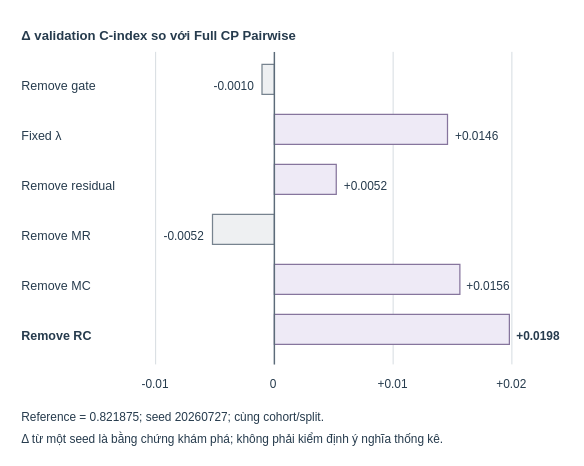
This is figures_source/ablation-deltas.drawio from moimoi05/kltn, a draw.io file, before an edit. Source tidied: cells renumbered, new cells numbered last; positions are measured from the earlier drawing's top-left corner, leaving out a move shared by most shapes. Both pictures are drawn from the tidied source at 125%, with x=0, y=0 at pixel (21, 21).
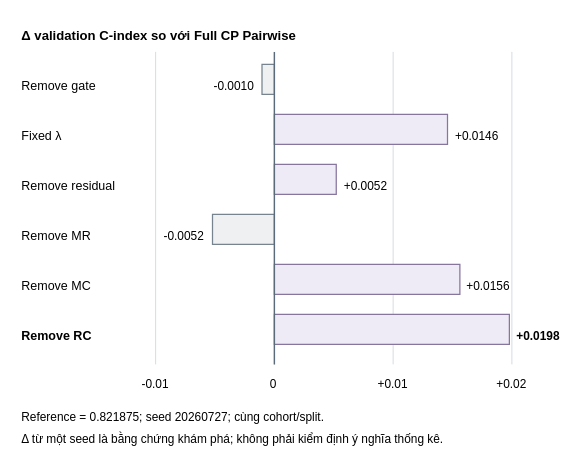
Above is the later version.

Change to the diagram source:
```diff
@@
-    <mxCell id="2" value="Δ validation C-index so với Full CP Pairwise" style="html=1;fontFamily=Arial;fontColor=#263B4D;whiteSpace=wrap;text;strokeColor=none;fillColor=none;fontSize=10.5;fontStyle=1;align=left;verticalAlign=top;spacing=0;" parent="1" vertex="1">
+    <mxCell id="2" value="Δ validation C-index so với Full CP Pairwise" style="html=1;fontFamily=Arial;fontColor=#000000;whiteSpace=wrap;text;strokeColor=none;fillColor=none;fontSize=10.5;fontStyle=1;align=left;verticalAlign=top;spacing=0;" parent="1" vertex="1">
       <mxGeometry width="221.8" height="13" as="geometry" />
     </mxCell>
-    <mxCell id="3" style="html=1;fontFamily=Arial;fontColor=#263B4D;whiteSpace=wrap;edgeStyle=none;rounded=0;endArrow=none;endFill=1;endSize=5;startArrow=none;startFill=1;startSize=5;strokeColor=#D0D7DD;strokeWidth=0.7;" parent="1" edge="1">
+    <mxCell id="3" style="html=1;fontFamily=Arial;fontColor=#000000;whiteSpace=wrap;edgeStyle=none;rounded=0;endArrow=none;endFill=1;endSize=5;startArrow=none;startFill=1;startSize=5;strokeColor=#D0D7DD;strokeWidth=0.7;" parent="1" edge="1">
       <mxGeometry relative="1" as="geometry">
         <mxPoint x="107" y="24" as="sourcePoint" />
         <mxPoint x="107" y="274" as="targetPoint" />
       </mxGeometry>
     </mxCell>
-    <mxCell id="4" value="-0.01" style="html=1;fontFamily=Arial;fontColor=#263B4D;whiteSpace=wrap;text;strokeColor=none;fillColor=none;fontSize=9.5;fontStyle=0;align=center;verticalAlign=top;spacing=0;" parent="1" vertex="1">
+    <mxCell id="4" value="-0.01" style="html=1;fontFamily=Arial;fontColor=#000000;whiteSpace=wrap;text;strokeColor=none;fillColor=none;fontSize=9.5;fontStyle=0;align=center;verticalAlign=top;spacing=0;" parent="1" vertex="1">
       <mxGeometry x="95.2" y="279" width="23.7" height="11.8" as="geometry" />
     </mxCell>
-    <mxCell id="5" style="html=1;fontFamily=Arial;fontColor=#263B4D;whiteSpace=wrap;edgeStyle=none;rounded=0;endArrow=none;endFill=1;endSize=5;startArrow=none;startFill=1;startSize=5;strokeColor=#D0D7DD;strokeWidth=0.7;" parent="1" edge="1">
+    <mxCell id="5" style="html=1;fontFamily=Arial;fontColor=#000000;whiteSpace=wrap;edgeStyle=none;rounded=0;endArrow=none;endFill=1;endSize=5;startArrow=none;startFill=1;startSize=5;strokeColor=#D0D7DD;strokeWidth=0.7;" parent="1" edge="1">
       <mxGeometry relative="1" as="geometry">
         <mxPoint x="202" y="24" as="sourcePoint" />
         <mxPoint x="202" y="274" as="targetPoint" />
       </mxGeometry>
     </mxCell>
-    <mxCell id="6" value="0" style="html=1;fontFamily=Arial;fontColor=#263B4D;whiteSpace=wrap;text;strokeColor=none;fillColor=none;fontSize=9.5;fontStyle=0;align=center;verticalAlign=top;spacing=0;" parent="1" vertex="1">
+    <mxCell id="6" value="0" style="html=1;fontFamily=Arial;fontColor=#000000;whiteSpace=wrap;text;strokeColor=none;fillColor=none;fontSize=9.5;fontStyle=0;align=center;verticalAlign=top;spacing=0;" parent="1" vertex="1">
       <mxGeometry x="198.4" y="279" width="7.3" height="11.8" as="geometry" />
     </mxCell>
-    <mxCell id="7" style="html=1;fontFamily=Arial;fontColor=#263B4D;whiteSpace=wrap;edgeStyle=none;rounded=0;endArrow=none;endFill=1;endSize=5;startArrow=none;startFill=1;startSize=5;strokeColor=#D0D7DD;strokeWidth=0.7;" parent="1" edge="1">
+    <mxCell id="7" style="html=1;fontFamily=Arial;fontColor=#000000;whiteSpace=wrap;edgeStyle=none;rounded=0;endArrow=none;endFill=1;endSize=5;startArrow=none;startFill=1;startSize=5;strokeColor=#D0D7DD;strokeWidth=0.7;" parent="1" edge="1">
       <mxGeometry relative="1" as="geometry">
         <mxPoint x="297" y="24" as="sourcePoint" />
         <mxPoint x="297" y="274" as="targetPoint" />
       </mxGeometry>
     </mxCell>
-    <mxCell id="8" value="+0.01" style="html=1;fontFamily=Arial;fontColor=#263B4D;whiteSpace=wrap;text;strokeColor=none;fillColor=none;fontSize=9.5;fontStyle=0;align=center;verticalAlign=top;spacing=0;" parent="1" vertex="1">
+    <mxCell id="8" value="+0.01" style="html=1;fontFamily=Arial;fontColor=#000000;whiteSpace=wrap;text;strokeColor=none;fillColor=none;fontSize=9.5;fontStyle=0;align=center;verticalAlign=top;spacing=0;" parent="1" vertex="1">
       <mxGeometry x="284" y="279" width="26" height="11.8" as="geometry" />
     </mxCell>
-    <mxCell id="9" style="html=1;fontFamily=Arial;fontColor=#263B4D;whiteSpace=wrap;edgeStyle=none;rounded=0;endArrow=none;endFill=1;endSize=5;startArrow=none;startFill=1;startSize=5;strokeColor=#D0D7DD;strokeWidth=0.7;" parent="1" edge="1">
+    <mxCell id="9" style="html=1;fontFamily=Arial;fontColor=#000000;whiteSpace=wrap;edgeStyle=none;rounded=0;endArrow=none;endFill=1;endSize=5;startArrow=none;startFill=1;startSize=5;strokeColor=#D0D7DD;strokeWidth=0.7;" parent="1" edge="1">
       <mxGeometry relative="1" as="geometry">
         <mxPoint x="392" y="24" as="sourcePoint" />
         <mxPoint x="392" y="274" as="targetPoint" />
       </mxGeometry>
     </mxCell>
-    <mxCell id="10" value="+0.02" style="html=1;fontFamily=Arial;fontColor=#263B4D;whiteSpace=wrap;text;strokeColor=none;fillColor=none;fontSize=9.5;fontStyle=0;align=center;verticalAlign=top;spacing=0;" parent="1" vertex="1">
+    <mxCell id="10" value="+0.02" style="html=1;fontFamily=Arial;fontColor=#000000;whiteSpace=wrap;text;strokeColor=none;fillColor=none;fontSize=9.5;fontStyle=0;align=center;verticalAlign=top;spacing=0;" parent="1" vertex="1">
       <mxGeometry x="379" y="279" width="26" height="11.8" as="geometry" />
     </mxCell>
-    <mxCell id="11" value="Remove gate" style="html=1;fontFamily=Arial;fontColor=#263B4D;whiteSpace=wrap;text;strokeColor=none;fillColor=none;fontSize=10;fontStyle=0;align=left;verticalAlign=top;spacing=0;" parent="1" vertex="1">
+    <mxCell id="11" value="Remove gate" style="html=1;fontFamily=Arial;fontColor=#000000;whiteSpace=wrap;text;strokeColor=none;fillColor=none;fontSize=10;fontStyle=0;align=left;verticalAlign=top;spacing=0;" parent="1" vertex="1">
       <mxGeometry y="41" width="61.5" height="12.4" as="geometry" />
     </mxCell>
-    <mxCell id="12" value="&lt;b&gt;&lt;/b&gt;" style="html=1;fontFamily=Arial;fontColor=#263B4D;whiteSpace=wrap;rounded=0;arcSize=8;fillColor=#EEF0F2;strokeColor=#77838F;strokeWidth=1;fontSize=9.5;spacing=5;" parent="1" vertex="1">
+    <mxCell id="12" value="&lt;b&gt;&lt;/b&gt;" style="html=1;fontFamily=Arial;fontColor=#000000;whiteSpace=wrap;rounded=0;arcSize=8;fillColor=#EEF0F2;strokeColor=#77838F;strokeWidth=1;fontSize=9.5;spacing=5;" parent="1" vertex="1">
       <mxGeometry x="192.1" y="34" width="9.9" height="24" as="geometry" />
     </mxCell>
-    <mxCell id="13" value="-0.0010" style="html=1;fontFamily=Arial;fontColor=#263B4D;whiteSpace=wrap;text;strokeColor=none;fillColor=none;fontSize=9.5;fontStyle=0;align=right;verticalAlign=top;spacing=0;" parent="1" vertex="1">
+    <mxCell id="13" value="-0.0010" style="html=1;fontFamily=Arial;fontColor=#000000;whiteSpace=wrap;text;strokeColor=none;fillColor=none;fontSize=9.5;fontStyle=0;align=right;verticalAlign=top;spacing=0;" parent="1" vertex="1">
       <mxGeometry x="151.9" y="41" width="34.2" height="11.8" as="geometry" />
     </mxCell>
-    <mxCell id="14" value="Fixed λ" style="html=1;fontFamily=Arial;fontColor=#263B4D;whiteSpace=wrap;text;strokeColor=none;fillColor=none;fontSize=10;fontStyle=0;align=left;verticalAlign=top;spacing=0;" parent="1" vertex="1">
+    <mxCell id="14" value="Fixed λ" style="html=1;fontFamily=Arial;fontColor=#000000;whiteSpace=wrap;text;strokeColor=none;fillColor=none;fontSize=10;fontStyle=0;align=left;verticalAlign=top;spacing=0;" parent="1" vertex="1">
       <mxGeometry y="81" width="34.2" height="12.4" as="geometry" />
     </mxCell>
-    <mxCell id="15" value="&lt;b&gt;&lt;/b&gt;" style="html=1;fontFamily=Arial;fontColor=#263B4D;whiteSpace=wrap;rounded=0;arcSize=8;fillColor=#EEEAF6;strokeColor=#86759D;strokeWidth=1;fontSize=9.5;spacing=5;" parent="1" vertex="1">
+    <mxCell id="15" value="&lt;b&gt;&lt;/b&gt;" style="html=1;fontFamily=Arial;fontColor=#000000;whiteSpace=wrap;rounded=0;arcSize=8;fillColor=#EEEAF6;strokeColor=#86759D;strokeWidth=1;fontSize=9.5;spacing=5;" parent="1" vertex="1">
       <mxGeometry x="202" y="74" width="138.5" height="24" as="geometry" />
     </mxCell>
-    <mxCell id="16" value="+0.0146" style="html=1;fontFamily=Arial;fontColor=#263B4D;whiteSpace=wrap;text;strokeColor=none;fillColor=none;fontSize=9.5;fontStyle=0;align=left;verticalAlign=top;spacing=0;" parent="1" vertex="1">
+    <mxCell id="16" value="+0.0146" style="html=1;fontFamily=Arial;fontColor=#000000;whiteSpace=wrap;text;strokeColor=none;fillColor=none;fontSize=9.5;fontStyle=0;align=left;verticalAlign=top;spacing=0;" parent="1" vertex="1">
       <mxGeometry x="346.5" y="81" width="36.6" height="11.8" as="geometry" />
     </mxCell>
-    <mxCell id="17" value="Remove residual" style="html=1;fontFamily=Arial;fontColor=#263B4D;whiteSpace=wrap;text;strokeColor=none;fillColor=none;fontSize=10;fontStyle=0;align=left;verticalAlign=top;spacing=0;" parent="1" vertex="1">
+    <mxCell id="17" value="Remove residual" style="html=1;fontFamily=Arial;fontColor=#000000;whiteSpace=wrap;text;strokeColor=none;fillColor=none;fontSize=10;fontStyle=0;align=left;verticalAlign=top;spacing=0;" parent="1" vertex="1">
       <mxGeometry y="121" width="77" height="12.4" as="geometry" />
     </mxCell>
-    <mxCell id="18" value="&lt;b&gt;&lt;/b&gt;" style="html=1;fontFamily=Arial;fontColor=#263B4D;whiteSpace=wrap;rounded=0;arcSize=8;fillColor=#EEEAF6;strokeColor=#86759D;strokeWidth=1;fontSize=9.5;spacing=5;" parent="1" vertex="1">
+    <mxCell id="18" value="&lt;b&gt;&lt;/b&gt;" style="html=1;fontFamily=Arial;fontColor=#000000;whiteSpace=wrap;rounded=0;arcSize=8;fillColor=#EEEAF6;strokeColor=#86759D;strokeWidth=1;fontSize=9.5;spacing=5;" parent="1" vertex="1">
       <mxGeometry x="202" y="114" width="49.5" height="24" as="geometry" />
     </mxCell>
-    <mxCell id="19" value="+0.0052" style="html=1;fontFamily=Arial;fontColor=#263B4D;whiteSpace=wrap;text;strokeColor=none;fillColor=none;fontSize=9.5;fontStyle=0;align=left;verticalAlign=top;spacing=0;" parent="1" vertex="1">
+    <mxCell id="19" value="+0.0052" style="html=1;fontFamily=Arial;fontColor=#000000;whiteSpace=wrap;text;strokeColor=none;fillColor=none;fontSize=9.5;fontStyle=0;align=left;verticalAlign=top;spacing=0;" parent="1" vertex="1">
       <mxGeometry x="257.5" y="121" width="36.6" height="11.8" as="geometry" />
     </mxCell>
-    <mxCell id="20" value="Remove MR" style="html=1;fontFamily=Arial;fontColor=#263B4D;whiteSpace=wrap;text;strokeColor=none;fillColor=none;fontSize=10;fontStyle=0;align=left;verticalAlign=top;spacing=0;" parent="1" vertex="1">
+    <mxCell id="20" value="Remove MR" style="html=1;fontFamily=Arial;fontColor=#000000;whiteSpace=wrap;text;strokeColor=none;fillColor=none;fontSize=10;fontStyle=0;align=left;verticalAlign=top;spacing=0;" parent="1" vertex="1">
       <mxGeometry y="161" width="57.6" height="12.4" as="geometry" />
     </mxCell>
-    <mxCell id="21" value="&lt;b&gt;&lt;/b&gt;" style="html=1;fontFamily=Arial;fontColor=#263B4D;whiteSpace=wrap;rounded=0;arcSize=8;fillColor=#EEF0F2;strokeColor=#77838F;strokeWidth=1;fontSize=9.5;spacing=5;" parent="1" vertex="1">
+    <mxCell id="21" value="&lt;b&gt;&lt;/b&gt;" style="html=1;fontFamily=Arial;fontColor=#000000;whiteSpace=wrap;rounded=0;arcSize=8;fillColor=#EEF0F2;strokeColor=#77838F;strokeWidth=1;fontSize=9.5;spacing=5;" parent="1" vertex="1">
       <mxGeometry x="152.5" y="154" width="49.5" height="24" as="geometry" />
     </mxCell>
-    <mxCell id="22" value="-0.0052" style="html=1;fontFamily=Arial;fontColor=#263B4D;whiteSpace=wrap;text;strokeColor=none;fillColor=none;fontSize=9.5;fontStyle=0;align=right;verticalAlign=top;spacing=0;" parent="1" vertex="1">
+    <mxCell id="22" value="-0.0052" style="html=1;fontFamily=Arial;fontColor=#000000;whiteSpace=wrap;text;strokeColor=none;fillColor=none;fontSize=9.5;fontStyle=0;align=right;verticalAlign=top;spacing=0;" parent="1" vertex="1">
       <mxGeometry x="112.3" y="161" width="34.2" height="11.8" as="geometry" />
     </mxCell>
-    <mxCell id="23" value="Remove MC" style="html=1;fontFamily=Arial;fontColor=#263B4D;whiteSpace=wrap;text;strokeColor=none;fillColor=none;fontSize=10;fontStyle=0;align=left;verticalAlign=top;spacing=0;" parent="1" vertex="1">
+    <mxCell id="23" value="Remove MC" style="html=1;fontFamily=Arial;fontColor=#000000;whiteSpace=wrap;text;strokeColor=none;fillColor=none;fontSize=10;fontStyle=0;align=left;verticalAlign=top;spacing=0;" parent="1" vertex="1">
       <mxGeometry y="201" width="57.6" height="12.4" as="geometry" />
     </mxCell>
-    <mxCell id="24" value="&lt;b&gt;&lt;/b&gt;" style="html=1;fontFamily=Arial;fontColor=#263B4D;whiteSpace=wrap;rounded=0;arcSize=8;fillColor=#EEEAF6;strokeColor=#86759D;strokeWidth=1;fontSize=9.5;spacing=5;" parent="1" vertex="1">
+    <mxCell id="24" value="&lt;b&gt;&lt;/b&gt;" style="html=1;fontFamily=Arial;fontColor=#000000;whiteSpace=wrap;rounded=0;arcSize=8;fillColor=#EEEAF6;strokeColor=#86759D;strokeWidth=1;fontSize=9.5;spacing=5;" parent="1" vertex="1">
       <mxGeometry x="202" y="194" width="148.4" height="24" as="geometry" />
     </mxCell>
-    <mxCell id="25" value="+0.0156" style="html=1;fontFamily=Arial;fontColor=#263B4D;whiteSpace=wrap;text;strokeColor=none;fillColor=none;fontSize=9.5;fontStyle=0;align=left;verticalAlign=top;spacing=0;" parent="1" vertex="1">
+    <mxCell id="25" value="+0.0156" style="html=1;fontFamily=Arial;fontColor=#000000;whiteSpace=wrap;text;strokeColor=none;fillColor=none;fontSize=9.5;fontStyle=0;align=left;verticalAlign=top;spacing=0;" parent="1" vertex="1">
       <mxGeometry x="356.4" y="201" width="36.6" height="11.8" as="geometry" />
     </mxCell>
-    <mxCell id="26" value="Remove RC" style="html=1;fontFamily=Arial;fontColor=#263B4D;whiteSpace=wrap;text;strokeColor=none;fillColor=none;fontSize=10;fontStyle=1;align=left;verticalAlign=top;spacing=0;" parent="1" vertex="1">
+    <mxCell id="26" value="Remove RC" style="html=1;fontFamily=Arial;fontColor=#000000;whiteSpace=wrap;text;strokeColor=none;fillColor=none;fontSize=10;fontStyle=1;align=left;verticalAlign=top;spacing=0;" parent="1" vertex="1">
       <mxGeometry y="241" width="58.1" height="12.4" as="geometry" />
     </mxCell>
-    <mxCell id="27" value="&lt;b&gt;&lt;/b&gt;" style="html=1;fontFamily=Arial;fontColor=#263B4D;whiteSpace=wrap;rounded=0;arcSize=8;fillColor=#EEEAF6;strokeColor=#86759D;strokeWidth=1;fontSize=9.5;spacing=5;" parent="1" vertex="1">
+    <mxCell id="27" value="&lt;b&gt;&lt;/b&gt;" style="html=1;fontFamily=Arial;fontColor=#000000;whiteSpace=wrap;rounded=0;arcSize=8;fillColor=#EEEAF6;strokeColor=#86759D;strokeWidth=1;fontSize=9.5;spacing=5;" parent="1" vertex="1">
       <mxGeometry x="202" y="234" width="188" height="24" as="geometry" />
     </mxCell>
-    <mxCell id="28" value="+0.0198" style="html=1;fontFamily=Arial;fontColor=#263B4D;whiteSpace=wrap;text;strokeColor=none;fillColor=none;fontSize=9.5;fontStyle=1;align=left;verticalAlign=top;spacing=0;" parent="1" vertex="1">
+    <mxCell id="28" value="+0.0198" style="html=1;fontFamily=Arial;fontColor=#000000;whiteSpace=wrap;text;strokeColor=none;fillColor=none;fontSize=9.5;fontStyle=1;align=left;verticalAlign=top;spacing=0;" parent="1" vertex="1">
       <mxGeometry x="396" y="241" width="36.6" height="11.8" as="geometry" />
     </mxCell>
-    <mxCell id="29" style="html=1;fontFamily=Arial;fontColor=#263B4D;whiteSpace=wrap;edgeStyle=none;rounded=0;endArrow=none;endFill=1;endSize=5;startArrow=none;startFill=1;startSize=5;strokeColor=#5C6B79;strokeWidth=1.15;" parent="1" edge="1">
+    <mxCell id="29" style="html=1;fontFamily=Arial;fontColor=#000000;whiteSpace=wrap;edgeStyle=none;rounded=0;endArrow=none;endFill=1;endSize=5;startArrow=none;startFill=1;startSize=5;strokeColor=#5C6B79;strokeWidth=1.15;" parent="1" edge="1">
       <mxGeometry relative="1" as="geometry">
         <mxPoint x="202" y="24" as="sourcePoint" />
         <mxPoint x="202" y="274" as="targetPoint" />
       </mxGeometry>
     </mxCell>
-    <mxCell id="30" value="Reference = 0.821875; seed 20260727; cùng cohort/split." style="html=1;fontFamily=Arial;fontColor=#263B4D;whiteSpace=wrap;text;strokeColor=none;fillColor=none;fontSize=9.5;fontStyle=0;align=left;verticalAlign=top;spacing=0;" parent="1" vertex="1">
+    <mxCell id="30" value="Reference = 0.821875; seed 20260727; cùng cohort/split." style="html=1;fontFamily=Arial;fontColor=#000000;whiteSpace=wrap;text;strokeColor=none;fillColor=none;fontSize=9.5;fontStyle=0;align=left;verticalAlign=top;spacing=0;" parent="1" vertex="1">
       <mxGeometry y="306" width="244.2" height="11.8" as="geometry" />
     </mxCell>
-    <mxCell id="31" value="Δ từ một seed là bằng chứng khám phá; không phải kiểm định ý nghĩa thống kê." style="html=1;fontFamily=Arial;fontColor=#263B4D;whiteSpace=wrap;text;strokeColor=none;fillColor=none;fontSize=9.5;fontStyle=0;align=left;verticalAlign=top;spacing=0;" parent="1" vertex="1">
+    <mxCell id="31" value="Δ từ một seed là bằng chứng khám phá; không phải kiểm định ý nghĩa thống kê." style="html=1;fontFamily=Arial;fontColor=#000000;whiteSpace=wrap;text;strokeColor=none;fillColor=none;fontSize=9.5;fontStyle=0;align=left;verticalAlign=top;spacing=0;" parent="1" vertex="1">
       <mxGeometry y="323" width="340.1" height="11.8" as="geometry" />
     </mxCell>
```
